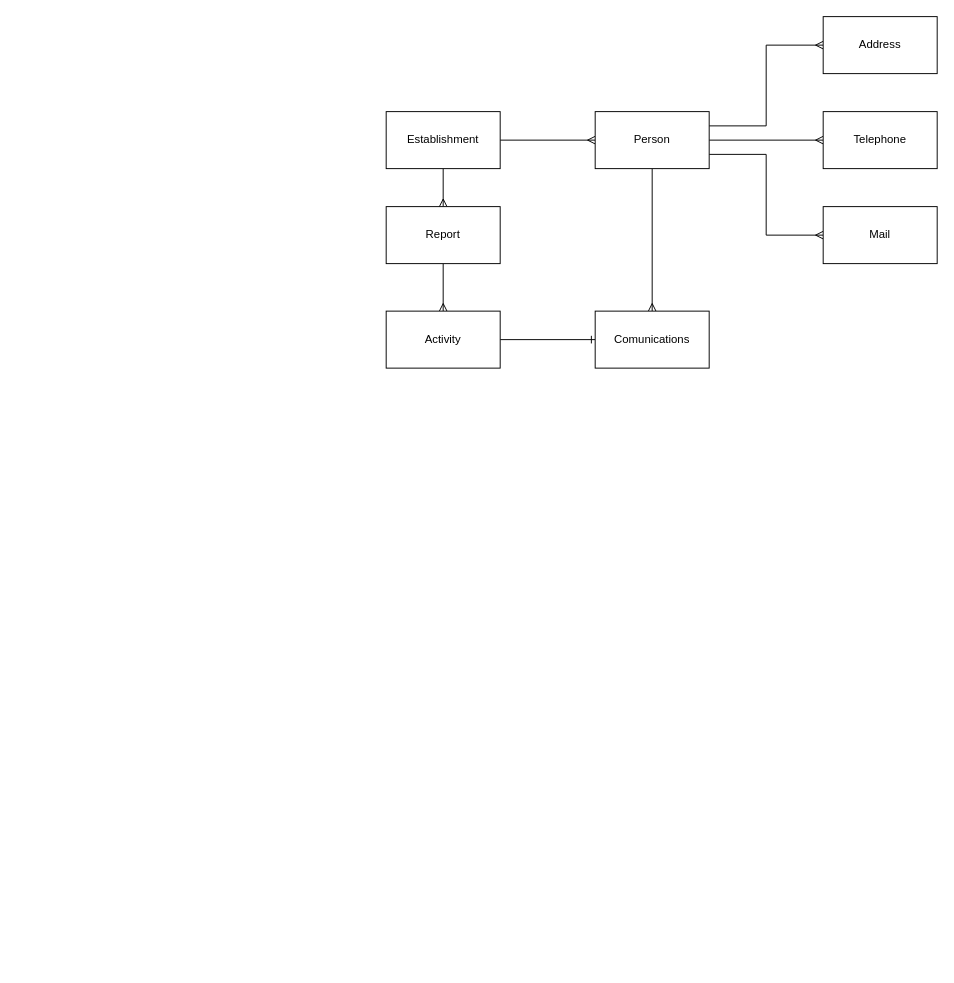
Above: draw.io/LaLiga/HRC_CallCenter.drawio in icuefue/draw.io (draw.io), before the change. Source tidied: cells renumbered, new cells numbered last; positions are measured from the earlier drawing's top-left corner, leaving out a move shared by most shapes. Both pictures are drawn from the tidied source at 95%, with x=0, y=0 at pixel (386, 16).
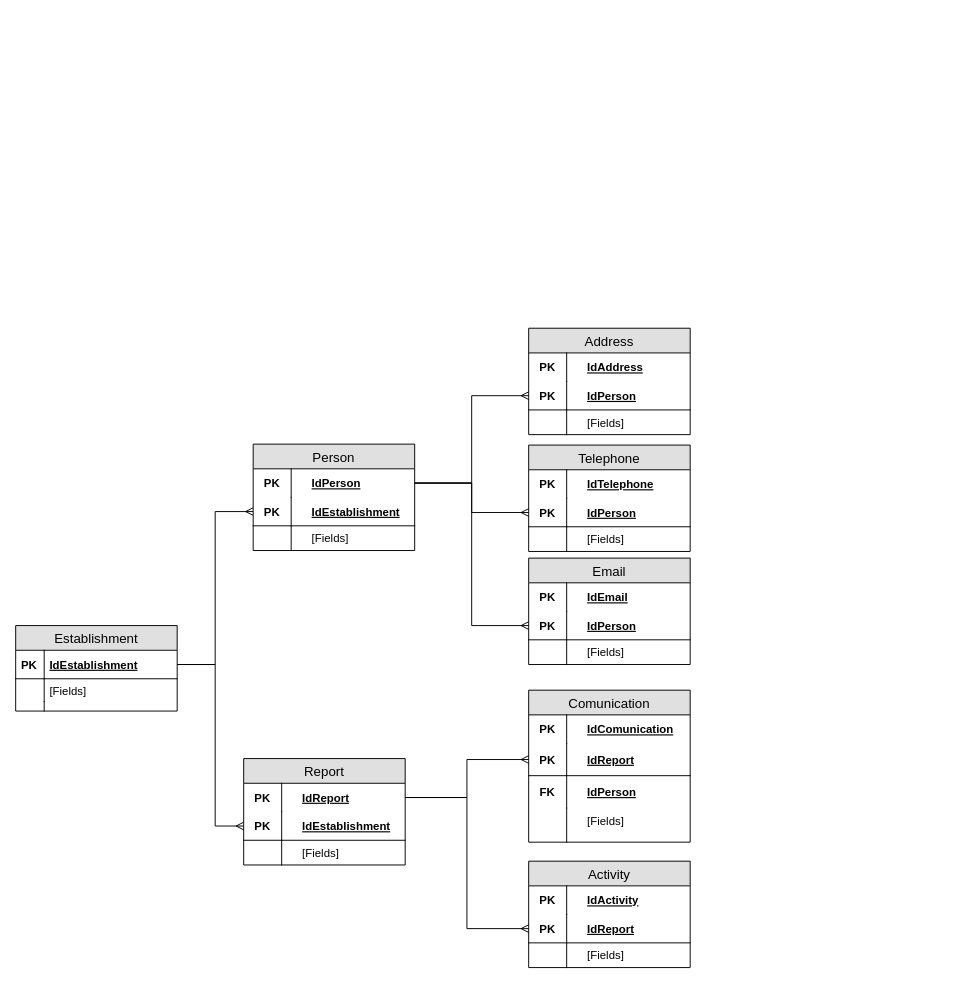
After the change.

What changed in the source:
```diff
@@
-    <mxCell id="2" style="edgeStyle=orthogonalEdgeStyle;rounded=0;jettySize=auto;html=1;exitX=1;exitY=0.5;exitDx=0;exitDy=0;entryX=0;entryY=0.5;entryDx=0;entryDy=0;endArrow=ERmany;endFill=0;" parent="1" edge="1" source="4" target="9">
-      <mxGeometry relative="1" as="geometry" />
-    </mxCell>
-    <mxCell id="3" style="edgeStyle=orthogonalEdgeStyle;rounded=0;jettySize=auto;html=1;exitX=0.5;exitY=1;exitDx=0;exitDy=0;entryX=0.5;entryY=0;entryDx=0;entryDy=0;endArrow=ERmany;endFill=0;" parent="1" edge="1" source="4" target="14">
-      <mxGeometry relative="1" as="geometry" />
-    </mxCell>
+    <mxCell id="14" value="Report" style="swimlane;fontStyle=0;horizontal=1;startSize=26;fillColor=#e0e0e0;swimlaneFillColor=#ffffff;align=center;fontSize=14;" parent="1" vertex="1">
+      <mxGeometry x="-150" y="781" width="170" height="112" as="geometry" />
+    </mxCell>
+    <mxCell id="18" value="IdReport" style="shape=partialRectangle;top=0;left=0;right=0;bottom=0;align=left;verticalAlign=middle;fillColor=none;spacingLeft=60;spacingRight=4;overflow=hidden;points=[[0,0.5],[1,0.5]];portConstraint=eastwest;fontStyle=5;fontSize=12;" parent="14" vertex="1">
+      <mxGeometry y="26" width="170" height="30" as="geometry" />
+    </mxCell>
+    <mxCell id="19" value="PK" style="shape=partialRectangle;fontStyle=1;top=0;left=0;bottom=0;fillColor=none;align=center;verticalAlign=middle;spacingLeft=4;spacingRight=4;overflow=hidden;fontSize=12;" parent="18" vertex="1">
+      <mxGeometry width="40" height="30" as="geometry" />
+    </mxCell>
+    <mxCell id="20" value="IdEstablishment" style="shape=partialRectangle;top=0;left=0;right=0;bottom=1;align=left;verticalAlign=middle;fillColor=none;spacingLeft=60;spacingRight=4;overflow=hidden;points=[[0,0.5],[1,0.5]];portConstraint=eastwest;fontStyle=5;fontSize=12;" parent="14" vertex="1">
+      <mxGeometry y="56" width="170" height="30" as="geometry" />
+    </mxCell>
+    <mxCell id="21" value="PK" style="shape=partialRectangle;fontStyle=1;top=0;left=0;bottom=0;fillColor=none;align=center;verticalAlign=middle;spacingLeft=4;spacingRight=4;overflow=hidden;fontSize=12;" parent="20" vertex="1">
+      <mxGeometry width="40" height="30" as="geometry" />
+    </mxCell>
+    <mxCell id="22" value="[Fields]" style="shape=partialRectangle;top=0;left=0;right=0;bottom=0;align=left;verticalAlign=top;fillColor=none;spacingLeft=60;spacingRight=4;overflow=hidden;fontSize=12;" parent="14" vertex="1">
+      <mxGeometry y="86" width="170" height="26" as="geometry" />
+    </mxCell>
+    <mxCell id="23" style="shape=partialRectangle;top=0;left=0;bottom=0;fillColor=none;align=left;verticalAlign=top;spacingLeft=4;spacingRight=4;overflow=hidden;fontSize=12;" parent="22" vertex="1">
+      <mxGeometry width="40" height="26" as="geometry" />
+    </mxCell>
+    <mxCell id="16" value="Activity" style="swimlane;fontStyle=0;horizontal=1;startSize=26;fillColor=#e0e0e0;swimlaneFillColor=#ffffff;align=center;fontSize=14;" parent="1" vertex="1">
+      <mxGeometry x="150" y="889" width="170" height="112" as="geometry" />
+    </mxCell>
+    <mxCell id="24" value="IdActivity" style="shape=partialRectangle;top=0;left=0;right=0;bottom=0;align=left;verticalAlign=middle;fillColor=none;spacingLeft=60;spacingRight=4;overflow=hidden;fontStyle=5;fontSize=12;" parent="16" vertex="1">
+      <mxGeometry y="26" width="170" height="30" as="geometry" />
+    </mxCell>
+    <mxCell id="25" value="PK" style="shape=partialRectangle;fontStyle=1;top=0;left=0;bottom=0;fillColor=none;align=center;verticalAlign=middle;spacingLeft=4;spacingRight=4;overflow=hidden;fontSize=12;" parent="24" vertex="1">
+      <mxGeometry width="40" height="30" as="geometry" />
+    </mxCell>
+    <mxCell id="26" value="IdReport" style="shape=partialRectangle;top=0;left=0;right=0;bottom=1;align=left;verticalAlign=middle;fillColor=none;spacingLeft=60;spacingRight=4;overflow=hidden;points=[[0,0.5],[1,0.5]];portConstraint=eastwest;fontStyle=5;fontSize=12;" parent="16" vertex="1">
+      <mxGeometry y="56" width="170" height="30" as="geometry" />
+    </mxCell>
+    <mxCell id="27" value="PK" style="shape=partialRectangle;fontStyle=1;top=0;left=0;bottom=0;fillColor=none;align=center;verticalAlign=middle;spacingLeft=4;spacingRight=4;overflow=hidden;fontSize=12;" parent="26" vertex="1">
+      <mxGeometry width="40" height="30" as="geometry" />
+    </mxCell>
+    <mxCell id="28" value="[Fields]" style="shape=partialRectangle;top=0;left=0;right=0;bottom=0;align=left;verticalAlign=top;fillColor=none;spacingLeft=60;spacingRight=4;overflow=hidden;fontSize=12;" parent="16" vertex="1">
+      <mxGeometry y="86" width="170" height="26" as="geometry" />
+    </mxCell>
+    <mxCell id="29" style="shape=partialRectangle;top=0;left=0;bottom=0;fillColor=none;align=left;verticalAlign=top;spacingLeft=4;spacingRight=4;overflow=hidden;fontSize=12;" parent="28" vertex="1">
+      <mxGeometry width="40" height="26" as="geometry" />
+    </mxCell>
+    <mxCell id="9" value="Person" style="swimlane;fontStyle=0;horizontal=1;startSize=26;fillColor=#e0e0e0;swimlaneFillColor=#ffffff;align=center;fontSize=14;" parent="1" vertex="1">
+      <mxGeometry x="-140" y="450" width="170" height="112" as="geometry" />
+    </mxCell>
+    <mxCell id="30" value="IdPerson" style="shape=partialRectangle;top=0;left=0;right=0;bottom=0;align=left;verticalAlign=middle;fillColor=none;spacingLeft=60;spacingRight=4;overflow=hidden;points=[[0,0.5],[1,0.5]];portConstraint=eastwest;fontStyle=5;fontSize=12;" parent="9" vertex="1">
+      <mxGeometry y="26" width="170" height="30" as="geometry" />
+    </mxCell>
+    <mxCell id="31" value="PK" style="shape=partialRectangle;fontStyle=1;top=0;left=0;bottom=0;fillColor=none;align=center;verticalAlign=middle;spacingLeft=4;spacingRight=4;overflow=hidden;fontSize=12;" parent="30" vertex="1">
+      <mxGeometry width="40" height="30" as="geometry" />
+    </mxCell>
+    <mxCell id="32" value="IdEstablishment" style="shape=partialRectangle;top=0;left=0;right=0;bottom=1;align=left;verticalAlign=middle;fillColor=none;spacingLeft=60;spacingRight=4;overflow=hidden;points=[[0,0.5],[1,0.5]];portConstraint=eastwest;fontStyle=5;fontSize=12;" parent="9" vertex="1">
+      <mxGeometry y="56" width="170" height="30" as="geometry" />
+    </mxCell>
+    <mxCell id="33" value="PK" style="shape=partialRectangle;fontStyle=1;top=0;left=0;bottom=0;fillColor=none;align=center;verticalAlign=middle;spacingLeft=4;spacingRight=4;overflow=hidden;fontSize=12;" parent="32" vertex="1">
+      <mxGeometry width="40" height="30" as="geometry" />
+    </mxCell>
+    <mxCell id="34" value="[Fields]" style="shape=partialRectangle;top=0;left=0;right=0;bottom=0;align=left;verticalAlign=top;fillColor=none;spacingLeft=60;spacingRight=4;overflow=hidden;fontSize=12;" parent="9" vertex="1">
+      <mxGeometry y="86" width="170" height="26" as="geometry" />
+    </mxCell>
+    <mxCell id="35" style="shape=partialRectangle;top=0;left=0;bottom=0;fillColor=none;align=left;verticalAlign=top;spacingLeft=4;spacingRight=4;overflow=hidden;fontSize=12;" parent="34" vertex="1">
+      <mxGeometry width="40" height="26" as="geometry" />
+    </mxCell>
+    <mxCell id="10" value="Address" style="swimlane;fontStyle=0;horizontal=1;startSize=26;fillColor=#e0e0e0;swimlaneFillColor=#ffffff;align=center;fontSize=14;" parent="1" vertex="1">
+      <mxGeometry x="150" y="328" width="170" height="112" as="geometry" />
+    </mxCell>
+    <mxCell id="36" value="IdAddress" style="shape=partialRectangle;top=0;left=0;right=0;bottom=0;align=left;verticalAlign=middle;fillColor=none;spacingLeft=60;spacingRight=4;overflow=hidden;fontStyle=5;fontSize=12;" parent="10" vertex="1">
+      <mxGeometry y="26" width="170" height="30" as="geometry" />
+    </mxCell>
+    <mxCell id="37" value="PK" style="shape=partialRectangle;fontStyle=1;top=0;left=0;bottom=0;fillColor=none;align=center;verticalAlign=middle;spacingLeft=4;spacingRight=4;overflow=hidden;fontSize=12;" parent="36" vertex="1">
+      <mxGeometry width="40" height="30" as="geometry" />
+    </mxCell>
+    <mxCell id="38" value="IdPerson" style="shape=partialRectangle;top=0;left=0;right=0;bottom=1;align=left;verticalAlign=middle;fillColor=none;spacingLeft=60;spacingRight=4;overflow=hidden;points=[[0,0.5],[1,0.5]];portConstraint=eastwest;fontStyle=5;fontSize=12;" parent="10" vertex="1">
+      <mxGeometry y="56" width="170" height="30" as="geometry" />
+    </mxCell>
+    <mxCell id="39" value="PK" style="shape=partialRectangle;fontStyle=1;top=0;left=0;bottom=0;fillColor=none;align=center;verticalAlign=middle;spacingLeft=4;spacingRight=4;overflow=hidden;fontSize=12;" parent="38" vertex="1">
+      <mxGeometry width="40" height="30" as="geometry" />
+    </mxCell>
+    <mxCell id="40" value="[Fields]" style="shape=partialRectangle;top=0;left=0;right=0;bottom=0;align=left;verticalAlign=top;fillColor=none;spacingLeft=60;spacingRight=4;overflow=hidden;fontSize=12;" parent="10" vertex="1">
+      <mxGeometry y="86" width="170" height="26" as="geometry" />
+    </mxCell>
+    <mxCell id="41" style="shape=partialRectangle;top=0;left=0;bottom=0;fillColor=none;align=left;verticalAlign=top;spacingLeft=4;spacingRight=4;overflow=hidden;fontSize=12;" parent="40" vertex="1">
+      <mxGeometry width="40" height="26" as="geometry" />
+    </mxCell>
+    <mxCell id="11" value="Telephone" style="swimlane;fontStyle=0;horizontal=1;startSize=26;fillColor=#e0e0e0;swimlaneFillColor=#ffffff;align=center;fontSize=14;" parent="1" vertex="1">
+      <mxGeometry x="150" y="451" width="170" height="112" as="geometry" />
+    </mxCell>
+    <mxCell id="42" value="IdTelephone" style="shape=partialRectangle;top=0;left=0;right=0;bottom=0;align=left;verticalAlign=middle;fillColor=none;spacingLeft=60;spacingRight=4;overflow=hidden;fontStyle=5;fontSize=12;" parent="11" vertex="1">
+      <mxGeometry y="26" width="170" height="30" as="geometry" />
+    </mxCell>
+    <mxCell id="43" value="PK" style="shape=partialRectangle;fontStyle=1;top=0;left=0;bottom=0;fillColor=none;align=center;verticalAlign=middle;spacingLeft=4;spacingRight=4;overflow=hidden;fontSize=12;" parent="42" vertex="1">
+      <mxGeometry width="40" height="30" as="geometry" />
+    </mxCell>
+    <mxCell id="44" value="IdPerson" style="shape=partialRectangle;top=0;left=0;right=0;bottom=1;align=left;verticalAlign=middle;fillColor=none;spacingLeft=60;spacingRight=4;overflow=hidden;points=[[0,0.5],[1,0.5]];portConstraint=eastwest;fontStyle=5;fontSize=12;" parent="11" vertex="1">
+      <mxGeometry y="56" width="170" height="30" as="geometry" />
+    </mxCell>
+    <mxCell id="45" value="PK" style="shape=partialRectangle;fontStyle=1;top=0;left=0;bottom=0;fillColor=none;align=center;verticalAlign=middle;spacingLeft=4;spacingRight=4;overflow=hidden;fontSize=12;" parent="44" vertex="1">
+      <mxGeometry width="40" height="30" as="geometry" />
+    </mxCell>
+    <mxCell id="46" value="[Fields]" style="shape=partialRectangle;top=0;left=0;right=0;bottom=0;align=left;verticalAlign=top;fillColor=none;spacingLeft=60;spacingRight=4;overflow=hidden;fontSize=12;" parent="11" vertex="1">
+      <mxGeometry y="86" width="170" height="26" as="geometry" />
+    </mxCell>
+    <mxCell id="47" style="shape=partialRectangle;top=0;left=0;bottom=0;fillColor=none;align=left;verticalAlign=top;spacingLeft=4;spacingRight=4;overflow=hidden;fontSize=12;" parent="46" vertex="1">
+      <mxGeometry width="40" height="26" as="geometry" />
+    </mxCell>
+    <mxCell id="48" value="Email" style="swimlane;fontStyle=0;horizontal=1;startSize=26;fillColor=#e0e0e0;swimlaneFillColor=#ffffff;align=center;fontSize=14;" parent="1" vertex="1">
+      <mxGeometry x="150" y="570" width="170" height="112" as="geometry" />
+    </mxCell>
+    <mxCell id="49" value="IdEmail" style="shape=partialRectangle;top=0;left=0;right=0;bottom=0;align=left;verticalAlign=middle;fillColor=none;spacingLeft=60;spacingRight=4;overflow=hidden;fontStyle=5;fontSize=12;" parent="48" vertex="1">
+      <mxGeometry y="26" width="170" height="30" as="geometry" />
+    </mxCell>
+    <mxCell id="50" value="PK" style="shape=partialRectangle;fontStyle=1;top=0;left=0;bottom=0;fillColor=none;align=center;verticalAlign=middle;spacingLeft=4;spacingRight=4;overflow=hidden;fontSize=12;" parent="49" vertex="1">
+      <mxGeometry width="40" height="30" as="geometry" />
+    </mxCell>
+    <mxCell id="51" value="IdPerson" style="shape=partialRectangle;top=0;left=0;right=0;bottom=1;align=left;verticalAlign=middle;fillColor=none;spacingLeft=60;spacingRight=4;overflow=hidden;points=[[0,0.5],[1,0.5]];portConstraint=eastwest;fontStyle=5;fontSize=12;" parent="48" vertex="1">
+      <mxGeometry y="56" width="170" height="30" as="geometry" />
+    </mxCell>
+    <mxCell id="52" value="PK" style="shape=partialRectangle;fontStyle=1;top=0;left=0;bottom=0;fillColor=none;align=center;verticalAlign=middle;spacingLeft=4;spacingRight=4;overflow=hidden;fontSize=12;" parent="51" vertex="1">
+      <mxGeometry width="40" height="30" as="geometry" />
+    </mxCell>
+    <mxCell id="53" value="[Fields]" style="shape=partialRectangle;top=0;left=0;right=0;bottom=0;align=left;verticalAlign=top;fillColor=none;spacingLeft=60;spacingRight=4;overflow=hidden;fontSize=12;" parent="48" vertex="1">
+      <mxGeometry y="86" width="170" height="26" as="geometry" />
+    </mxCell>
+    <mxCell id="54" style="shape=partialRectangle;top=0;left=0;bottom=0;fillColor=none;align=left;verticalAlign=top;spacingLeft=4;spacingRight=4;overflow=hidden;fontSize=12;" parent="53" vertex="1">
+      <mxGeometry width="40" height="26" as="geometry" />
+    </mxCell>
+    <mxCell id="55" value="Comunication" style="swimlane;fontStyle=0;horizontal=1;startSize=26;fillColor=#e0e0e0;swimlaneFillColor=#ffffff;align=center;fontSize=14;" parent="1" vertex="1">
+      <mxGeometry x="150" y="709" width="170" height="160" as="geometry" />
+    </mxCell>
+    <mxCell id="56" value="IdComunication" style="shape=partialRectangle;top=0;left=0;right=0;bottom=0;align=left;verticalAlign=middle;fillColor=none;spacingLeft=60;spacingRight=4;overflow=hidden;fontStyle=5;fontSize=12;" parent="55" vertex="1">
+      <mxGeometry y="26" width="170" height="30" as="geometry" />
+    </mxCell>
+    <mxCell id="57" value="PK" style="shape=partialRectangle;fontStyle=1;top=0;left=0;bottom=0;fillColor=none;align=center;verticalAlign=middle;spacingLeft=4;spacingRight=4;overflow=hidden;fontSize=12;" parent="56" vertex="1">
+      <mxGeometry width="40" height="30" as="geometry" />
+    </mxCell>
+    <mxCell id="58" value="IdReport" style="shape=partialRectangle;top=0;left=0;right=0;bottom=1;align=left;verticalAlign=middle;fillColor=none;spacingLeft=60;spacingRight=4;overflow=hidden;points=[[0,0.5],[1,0.5]];portConstraint=eastwest;fontStyle=5;fontSize=12;" parent="55" vertex="1">
+      <mxGeometry y="56" width="170" height="34" as="geometry" />
+    </mxCell>
+    <mxCell id="59" value="PK" style="shape=partialRectangle;fontStyle=1;top=0;left=0;bottom=0;fillColor=none;align=center;verticalAlign=middle;spacingLeft=4;spacingRight=4;overflow=hidden;fontSize=12;" parent="58" vertex="1">
+      <mxGeometry width="40" height="34" as="geometry" />
+    </mxCell>
+    <mxCell id="60" value="IdPerson" style="shape=partialRectangle;top=0;left=0;right=0;bottom=0;align=left;verticalAlign=middle;fillColor=none;spacingLeft=60;spacingRight=4;overflow=hidden;fontStyle=5;fontSize=12;" parent="55" vertex="1">
+      <mxGeometry y="90" width="170" height="34" as="geometry" />
+    </mxCell>
+    <mxCell id="61" value="FK" style="shape=partialRectangle;fontStyle=1;top=0;left=0;bottom=0;fillColor=none;align=center;verticalAlign=middle;spacingLeft=4;spacingRight=4;overflow=hidden;fontSize=12;" parent="60" vertex="1">
+      <mxGeometry width="40" height="34" as="geometry" />
+    </mxCell>
+    <mxCell id="62" value="[Fields]" style="shape=partialRectangle;top=0;left=0;right=0;bottom=0;align=left;verticalAlign=top;fillColor=none;spacingLeft=60;spacingRight=4;overflow=hidden;fontSize=12;" parent="55" vertex="1">
+      <mxGeometry y="124" width="170" height="36" as="geometry" />
+    </mxCell>
+    <mxCell id="63" style="shape=partialRectangle;top=0;left=0;bottom=0;fillColor=none;align=left;verticalAlign=top;spacingLeft=4;spacingRight=4;overflow=hidden;fontSize=12;" parent="62" vertex="1">
+      <mxGeometry width="40" height="36" as="geometry" />
+    </mxCell>
+    <mxCell id="64" style="edgeStyle=orthogonalEdgeStyle;rounded=0;jettySize=auto;html=1;exitX=1;exitY=0.5;exitDx=0;exitDy=0;entryX=0;entryY=0.5;entryDx=0;entryDy=0;endArrow=ERmany;endFill=0;" parent="1" edge="1" source="30" target="38">
+      <mxGeometry relative="1" as="geometry" />
+    </mxCell>
+    <mxCell id="65" style="edgeStyle=orthogonalEdgeStyle;rounded=0;jettySize=auto;html=1;exitX=1;exitY=0.5;exitDx=0;exitDy=0;entryX=0;entryY=0.5;entryDx=0;entryDy=0;endArrow=ERmany;endFill=0;" parent="1" edge="1" source="30" target="44">
+      <mxGeometry relative="1" as="geometry" />
+    </mxCell>
+    <mxCell id="66" style="edgeStyle=orthogonalEdgeStyle;rounded=0;jettySize=auto;html=1;exitX=1;exitY=0.5;exitDx=0;exitDy=0;entryX=0;entryY=0.5;entryDx=0;entryDy=0;endArrow=ERmany;endFill=0;" parent="1" edge="1" source="30" target="51">
+      <mxGeometry relative="1" as="geometry" />
+    </mxCell>
-    <mxCell id="4" value="Establishment" style="rounded=0;whiteSpace=wrap;html=1;" parent="1" vertex="1">
-      <mxGeometry y="100" width="120" height="60" as="geometry" />
+    <mxCell id="4" value="Establishment" style="swimlane;fontStyle=0;horizontal=1;startSize=26;fillColor=#e0e0e0;swimlaneFillColor=#ffffff;align=center;fontSize=14;" parent="1" vertex="1">
+      <mxGeometry x="-390" y="641" width="170" height="90" as="geometry" />
     </mxCell>
-    <mxCell id="5" style="edgeStyle=orthogonalEdgeStyle;rounded=0;jettySize=auto;html=1;exitX=1;exitY=0.25;exitDx=0;exitDy=0;entryX=0;entryY=0.5;entryDx=0;entryDy=0;endArrow=ERmany;endFill=0;" parent="1" edge="1" source="9" target="10">
-      <mxGeometry relative="1" as="geometry" />
-    </mxCell>
-    <mxCell id="6" style="edgeStyle=orthogonalEdgeStyle;rounded=0;jettySize=auto;html=1;exitX=1;exitY=0.5;exitDx=0;exitDy=0;endArrow=ERmany;endFill=0;" parent="1" edge="1" source="9" target="11">
-      <mxGeometry relative="1" as="geometry" />
-    </mxCell>
-    <mxCell id="7" style="edgeStyle=orthogonalEdgeStyle;rounded=0;jettySize=auto;html=1;exitX=1;exitY=0.75;exitDx=0;exitDy=0;entryX=0;entryY=0.5;entryDx=0;entryDy=0;endArrow=ERmany;endFill=0;" parent="1" edge="1" source="9" target="12">
-      <mxGeometry relative="1" as="geometry" />
-    </mxCell>
-    <mxCell id="8" style="edgeStyle=orthogonalEdgeStyle;rounded=0;jettySize=auto;html=1;exitX=0.5;exitY=1;exitDx=0;exitDy=0;entryX=0.5;entryY=0;entryDx=0;entryDy=0;endArrow=ERmany;endFill=0;" parent="1" edge="1" source="9" target="17">
-      <mxGeometry relative="1" as="geometry" />
-    </mxCell>
-    <mxCell id="9" value="Person" style="rounded=0;whiteSpace=wrap;html=1;" parent="1" vertex="1">
-      <mxGeometry x="220" y="100" width="120" height="60" as="geometry" />
-    </mxCell>
-    <mxCell id="10" value="Address" style="rounded=0;whiteSpace=wrap;html=1;" parent="1" vertex="1">
-      <mxGeometry x="460" width="120" height="60" as="geometry" />
-    </mxCell>
-    <mxCell id="11" value="Telephone" style="rounded=0;whiteSpace=wrap;html=1;" parent="1" vertex="1">
-      <mxGeometry x="460" y="100" width="120" height="60" as="geometry" />
-    </mxCell>
-    <mxCell id="12" value="Mail" style="rounded=0;whiteSpace=wrap;html=1;" parent="1" vertex="1">
-      <mxGeometry x="460" y="200" width="120" height="60" as="geometry" />
-    </mxCell>
-    <mxCell id="13" style="edgeStyle=orthogonalEdgeStyle;rounded=0;jettySize=auto;html=1;exitX=0.5;exitY=1;exitDx=0;exitDy=0;entryX=0.5;entryY=0;entryDx=0;entryDy=0;endArrow=ERmany;endFill=0;" parent="1" edge="1" source="14" target="16">
-      <mxGeometry relative="1" as="geometry" />
-    </mxCell>
-    <mxCell id="14" value="Report" style="rounded=0;whiteSpace=wrap;html=1;" parent="1" vertex="1">
-      <mxGeometry y="200" width="120" height="60" as="geometry" />
-    </mxCell>
-    <mxCell id="15" style="edgeStyle=orthogonalEdgeStyle;rounded=0;jettySize=auto;html=1;exitX=1;exitY=0.5;exitDx=0;exitDy=0;entryX=0;entryY=0.5;entryDx=0;entryDy=0;endArrow=ERone;endFill=0;" parent="1" edge="1" source="16" target="17">
-      <mxGeometry relative="1" as="geometry" />
-    </mxCell>
-    <mxCell id="16" value="Activity" style="rounded=0;whiteSpace=wrap;html=1;" parent="1" vertex="1">
-      <mxGeometry y="310" width="120" height="60" as="geometry" />
-    </mxCell>
-    <mxCell id="17" value="Comunications" style="rounded=0;whiteSpace=wrap;html=1;" parent="1" vertex="1">
-      <mxGeometry x="220" y="310" width="120" height="60" as="geometry" />
-    </mxCell>
+    <mxCell id="67" value="IdEstablishment" style="shape=partialRectangle;top=0;left=0;right=0;bottom=1;align=left;verticalAlign=middle;fillColor=none;spacingLeft=34;spacingRight=4;overflow=hidden;points=[[0,0.5],[1,0.5]];portConstraint=eastwest;fontStyle=5;fontSize=12;" parent="4" vertex="1">
+      <mxGeometry y="26" width="170" height="30" as="geometry" />
+    </mxCell>
+    <mxCell id="68" value="PK" style="shape=partialRectangle;top=0;left=0;bottom=0;fillColor=none;align=left;verticalAlign=middle;spacingLeft=4;spacingRight=4;overflow=hidden;fontSize=12;fontStyle=1;" parent="67" vertex="1">
+      <mxGeometry width="30" height="30" as="geometry" />
+    </mxCell>
+    <mxCell id="69" value="[Fields]" style="shape=partialRectangle;top=0;left=0;right=0;bottom=0;align=left;verticalAlign=top;fillColor=none;spacingLeft=34;spacingRight=4;overflow=hidden;fontSize=12;" parent="4" vertex="1">
+      <mxGeometry y="56" width="170" height="24" as="geometry" />
+    </mxCell>
+    <mxCell id="70" style="shape=partialRectangle;top=0;left=0;bottom=0;fillColor=none;align=left;verticalAlign=top;spacingLeft=4;spacingRight=4;overflow=hidden;fontSize=12;" parent="69" vertex="1">
+      <mxGeometry width="30" height="24" as="geometry" />
+    </mxCell>
+    <mxCell id="71" style="shape=partialRectangle;top=0;left=0;right=0;bottom=0;align=left;verticalAlign=top;fillColor=none;spacingLeft=34;spacingRight=4;overflow=hidden;fontSize=12;" parent="4" vertex="1">
+      <mxGeometry y="80" width="170" height="10" as="geometry" />
+    </mxCell>
+    <mxCell id="72" style="shape=partialRectangle;top=0;left=0;bottom=0;fillColor=none;align=left;verticalAlign=top;spacingLeft=4;spacingRight=4;overflow=hidden;fontSize=12;" parent="71" vertex="1">
+      <mxGeometry width="30" height="10" as="geometry" />
+    </mxCell>
+    <mxCell id="73" style="edgeStyle=orthogonalEdgeStyle;rounded=0;jettySize=auto;html=1;exitX=1;exitY=0.5;exitDx=0;exitDy=0;entryX=0;entryY=0.5;entryDx=0;entryDy=0;endArrow=ERmany;endFill=0;" parent="1" edge="1" source="67" target="32">
+      <mxGeometry relative="1" as="geometry">
+        <Array as="points">
+          <mxPoint x="-180" y="682" />
+          <mxPoint x="-180" y="521" />
+        </Array>
+      </mxGeometry>
+    </mxCell>
+    <mxCell id="74" style="edgeStyle=orthogonalEdgeStyle;rounded=0;jettySize=auto;html=1;exitX=1;exitY=0.5;exitDx=0;exitDy=0;entryX=0;entryY=0.5;entryDx=0;entryDy=0;endArrow=ERmany;endFill=0;" parent="1" edge="1" source="67" target="20">
+      <mxGeometry relative="1" as="geometry">
+        <Array as="points">
+          <mxPoint x="-180" y="682" />
+          <mxPoint x="-180" y="852" />
+        </Array>
+      </mxGeometry>
+    </mxCell>
+    <mxCell id="75" style="edgeStyle=orthogonalEdgeStyle;rounded=0;jettySize=auto;html=1;exitX=1;exitY=0.5;exitDx=0;exitDy=0;entryX=0;entryY=0.5;entryDx=0;entryDy=0;endArrow=ERmany;endFill=0;" parent="1" edge="1" source="18" target="26">
+      <mxGeometry relative="1" as="geometry" />
+    </mxCell>
+    <mxCell id="76" style="edgeStyle=orthogonalEdgeStyle;rounded=0;jettySize=auto;html=1;exitX=1;exitY=0.5;exitDx=0;exitDy=0;entryX=0;entryY=0.5;entryDx=0;entryDy=0;endArrow=ERmany;endFill=0;" parent="1" edge="1" source="18" target="58">
+      <mxGeometry relative="1" as="geometry" />
+    </mxCell>
```
